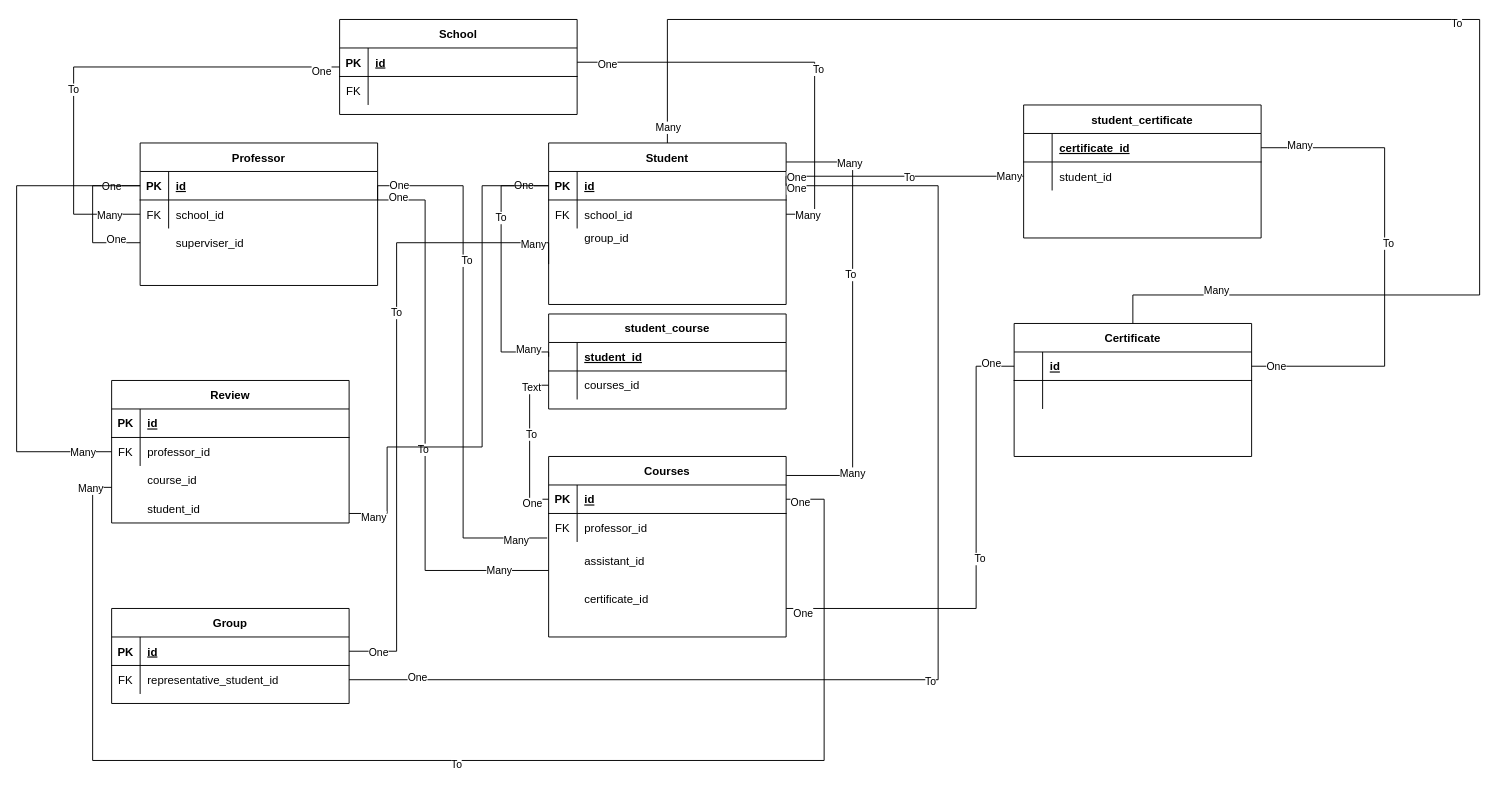
Earlier version of the draw.io diagram Untitled Diagram.drawio (VladCiobotariu/InternshipProject). Source tidied: cells renumbered, new cells numbered last; positions are measured from the earlier drawing's top-left corner, leaving out a move shared by most shapes. Both pictures are drawn from the tidied source at 95%, with x=0, y=0 at pixel (16, 19).
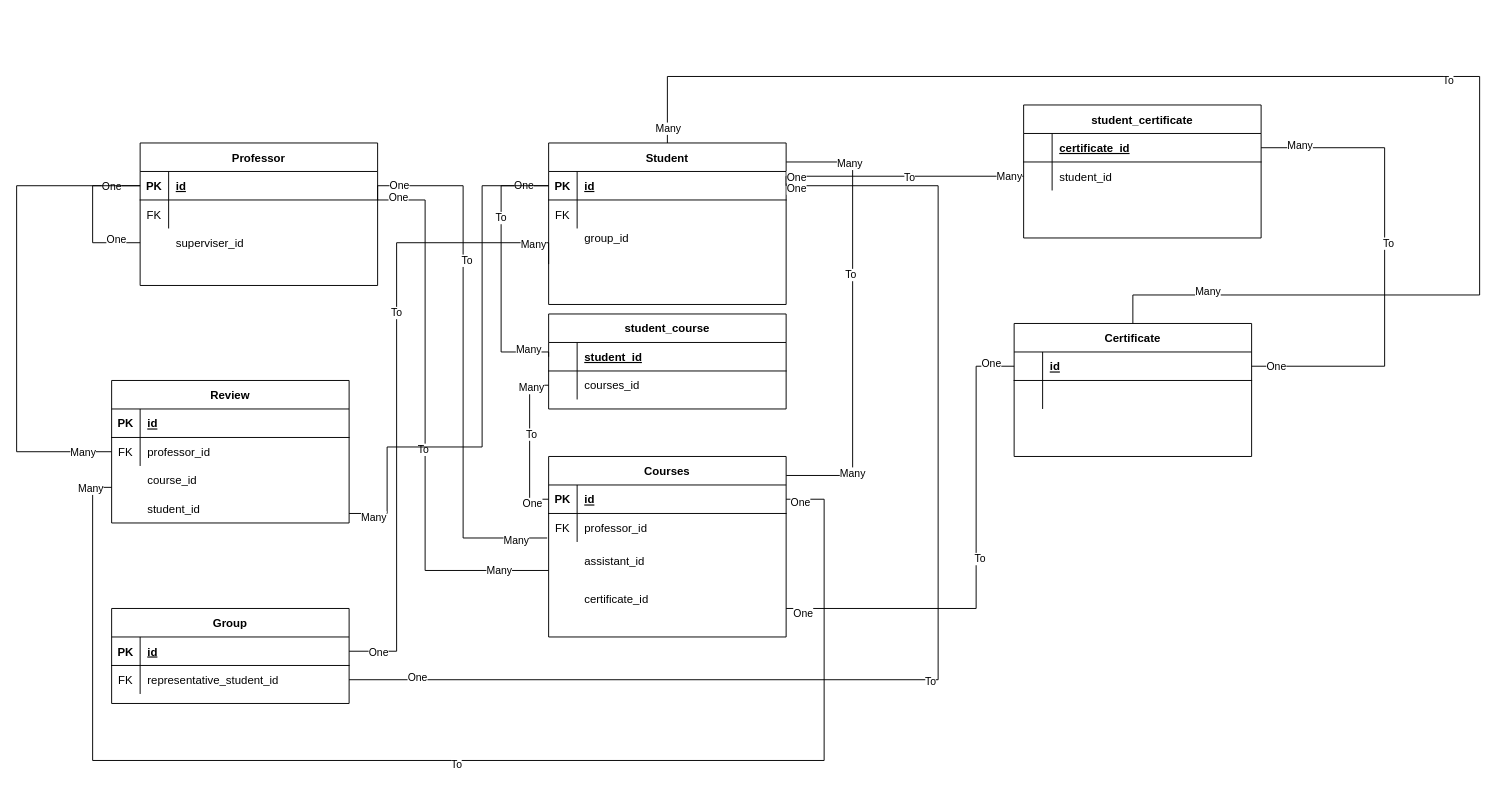
The same page after the edit.

Unchanged cells that the change refers to:
```xml
<mxCell id="6" style="shape=partialRectangle;fillColor=none;points=[[0,0.5],[1,0.5]];portConstraint=eastwest;top=0;left=0;right=0;bottom=0;" parent="2" vertex="1">
  <mxGeometry y="60" width="250" height="30" as="geometry" />
</mxCell>
<mxCell id="18" value="Student" style="shape=table;startSize=30;childLayout=tableLayout;rowLines=0;fontStyle=1;align=center;" parent="1" vertex="1">
  <mxGeometry x="560" y="130" width="250" height="170" as="geometry" />
</mxCell>
<mxCell id="22" style="shape=partialRectangle;fillColor=none;points=[[0,0.5],[1,0.5]];portConstraint=eastwest;top=0;left=0;right=0;bottom=0;" parent="18" vertex="1">
  <mxGeometry y="60" width="250" height="30" as="geometry" />
</mxCell>
<mxCell id="70" style="edgeStyle=orthogonalEdgeStyle;rounded=0;jettySize=auto;html=1;exitX=0;exitY=0.5;exitDx=0;exitDy=0;entryX=0;entryY=0.5;entryDx=0;entryDy=0;endArrow=none;endFill=0;" parent="1" edge="1" source="27" target="66">
  <mxGeometry relative="1" as="geometry" />
</mxCell>
<mxCell id="117" value="Certificate" style="shape=table;startSize=30;childLayout=tableLayout;rowLines=0;fontStyle=1;align=center;" parent="1" vertex="1">
  <mxGeometry x="1050" y="320" width="250" height="140" as="geometry" />
</mxCell>
```

Diff of the diagram source:
```diff
@@
-    <mxCell id="8" value="school_id" style="shape=partialRectangle;overflow=hidden;fillColor=none;top=0;left=0;bottom=0;right=0;align=left;spacingLeft=6;" parent="6" vertex="1">
+    <mxCell id="8" style="shape=partialRectangle;overflow=hidden;fillColor=none;top=0;left=0;bottom=0;right=0;align=left;spacingLeft=6;" parent="6" vertex="1">
       <mxGeometry x="30" width="220" height="30" as="geometry" />
     </mxCell>
@@
     <mxCell id="14" style="edgeStyle=orthogonalEdgeStyle;rounded=0;jettySize=auto;html=1;entryX=0.5;entryY=0;entryDx=0;entryDy=0;endArrow=none;endFill=0;" parent="1" edge="1" source="18" target="117">
       <mxGeometry relative="1" as="geometry">
         <Array as="points">
-          <mxPoint x="685" />
-          <mxPoint x="1540" />
+          <mxPoint x="685" y="60" />
+          <mxPoint x="1540" y="60" />
           <mxPoint x="1540" y="290" />
           <mxPoint x="1175" y="290" />
         </Array>
       </mxGeometry>
     </mxCell>
@@
-    <mxCell id="24" value="school_id" style="shape=partialRectangle;overflow=hidden;fillColor=none;top=0;left=0;bottom=0;right=0;align=left;spacingLeft=6;" parent="22" vertex="1">
+    <mxCell id="24" style="shape=partialRectangle;overflow=hidden;fillColor=none;top=0;left=0;bottom=0;right=0;align=left;spacingLeft=6;" parent="22" vertex="1">
       <mxGeometry x="30" width="220" height="30" as="geometry" />
     </mxCell>
@@
-    <mxCell id="42" style="edgeStyle=orthogonalEdgeStyle;rounded=0;jettySize=auto;html=1;entryX=0;entryY=0.5;entryDx=0;entryDy=0;endArrow=none;endFill=0;" parent="1" edge="1" source="46" target="6">
-      <mxGeometry relative="1" as="geometry">
-        <Array as="points">
-          <mxPoint x="60" y="50" />
-          <mxPoint x="60" y="205" />
-        </Array>
-      </mxGeometry>
-    </mxCell>
-    <mxCell id="43" value="One" style="edgeLabel;html=1;align=center;verticalAlign=middle;" parent="42" vertex="1">
-      <mxGeometry x="-0.92" y="4" relative="1" as="geometry" />
-    </mxCell>
-    <mxCell id="44" value="To" style="edgeLabel;html=1;align=center;verticalAlign=middle;" parent="42" vertex="1">
-      <mxGeometry x="0.2" y="-1" relative="1" as="geometry" />
-    </mxCell>
-    <mxCell id="45" value="Many" style="edgeLabel;html=1;align=center;verticalAlign=middle;" parent="42" vertex="1">
-      <mxGeometry x="0.87" relative="1" as="geometry" />
-    </mxCell>
-    <mxCell id="46" value="School" style="shape=table;startSize=30;childLayout=tableLayout;rowLines=0;fontStyle=1;align=center;" parent="1" vertex="1">
-      <mxGeometry x="340" width="250" height="100" as="geometry" />
-    </mxCell>
-    <mxCell id="47" style="shape=partialRectangle;fillColor=none;points=[[0,0.5],[1,0.5]];portConstraint=eastwest;top=0;left=0;right=0;bottom=1;" parent="46" vertex="1">
-      <mxGeometry y="30" width="250" height="30" as="geometry" />
-    </mxCell>
-    <mxCell id="48" value="PK" style="shape=partialRectangle;overflow=hidden;fillColor=none;top=0;left=0;bottom=0;right=0;fontStyle=1;" parent="47" vertex="1">
-      <mxGeometry width="30" height="30" as="geometry" />
-    </mxCell>
-    <mxCell id="49" value="id" style="shape=partialRectangle;overflow=hidden;fillColor=none;top=0;left=0;bottom=0;right=0;align=left;spacingLeft=6;fontStyle=5;" parent="47" vertex="1">
-      <mxGeometry x="30" width="220" height="30" as="geometry" />
-    </mxCell>
-    <mxCell id="50" style="shape=partialRectangle;fillColor=none;top=0;left=0;right=0;bottom=0;" parent="46" vertex="1">
-      <mxGeometry y="60" width="250" height="30" as="geometry" />
-    </mxCell>
-    <mxCell id="51" value="FK" style="shape=partialRectangle;overflow=hidden;fillColor=none;top=0;left=0;bottom=0;right=0;" parent="50" vertex="1">
-      <mxGeometry width="30" height="30" as="geometry" />
-    </mxCell>
-    <mxCell id="52" style="shape=partialRectangle;overflow=hidden;fillColor=none;top=0;left=0;bottom=0;right=0;align=left;spacingLeft=6;" parent="50" vertex="1">
-      <mxGeometry x="30" width="220" height="30" as="geometry" />
-    </mxCell>
-    <mxCell id="53" style="edgeStyle=orthogonalEdgeStyle;rounded=0;orthogonalLoop=1;jettySize=auto;html=1;exitX=1;exitY=0.5;exitDx=0;exitDy=0;" parent="46" edge="1" source="47" target="47">
-      <mxGeometry relative="1" as="geometry" />
-    </mxCell>
-    <mxCell id="54" style="edgeStyle=orthogonalEdgeStyle;rounded=0;jettySize=auto;html=1;exitX=1;exitY=0.5;exitDx=0;exitDy=0;endArrow=none;endFill=0;" parent="1" edge="1" source="47" target="22">
-      <mxGeometry relative="1" as="geometry">
-        <Array as="points">
-          <mxPoint x="840" y="45" />
-          <mxPoint x="840" y="205" />
-        </Array>
-      </mxGeometry>
-    </mxCell>
-    <mxCell id="55" value="One" style="edgeLabel;html=1;align=center;verticalAlign=middle;" parent="54" vertex="1">
-      <mxGeometry x="-0.86" y="-2" relative="1" as="geometry" />
-    </mxCell>
-    <mxCell id="56" value="To" style="edgeLabel;html=1;align=center;verticalAlign=middle;" parent="54" vertex="1">
-      <mxGeometry x="0.17" y="3" relative="1" as="geometry" />
-    </mxCell>
-    <mxCell id="57" value="Many" style="edgeLabel;html=1;align=center;verticalAlign=middle;" parent="54" vertex="1">
-      <mxGeometry x="0.9" relative="1" as="geometry" />
-    </mxCell>
@@
-    <mxCell id="73" value="Text" style="edgeLabel;html=1;align=center;verticalAlign=middle;" parent="70" vertex="1">
+    <mxCell id="73" value="Many" style="edgeLabel;html=1;align=center;verticalAlign=middle;" parent="70" vertex="1">
       <mxGeometry x="0.73" y="-1" relative="1" as="geometry" />
     </mxCell>
```
